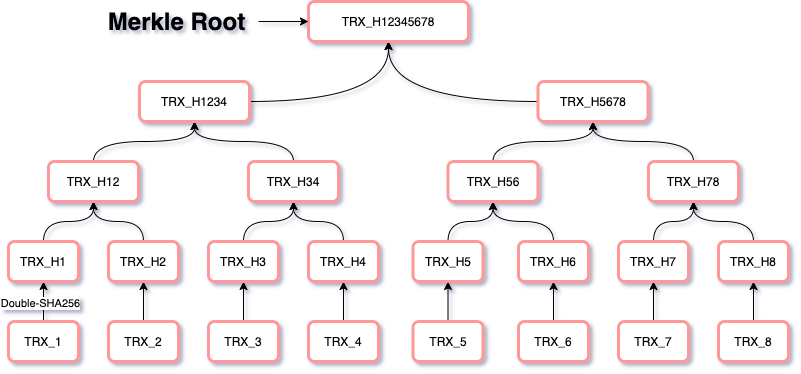
Before: BlockChain/images/BlockChain/BlockChain-Merkle-Root.png, a diagram exported from draw.io (jalyshen/ToBeArchitect). Source tidied: cells renumbered, new cells last; positions are measured from the earlier drawing's top-left corner, leaving out a move shared by most shapes.
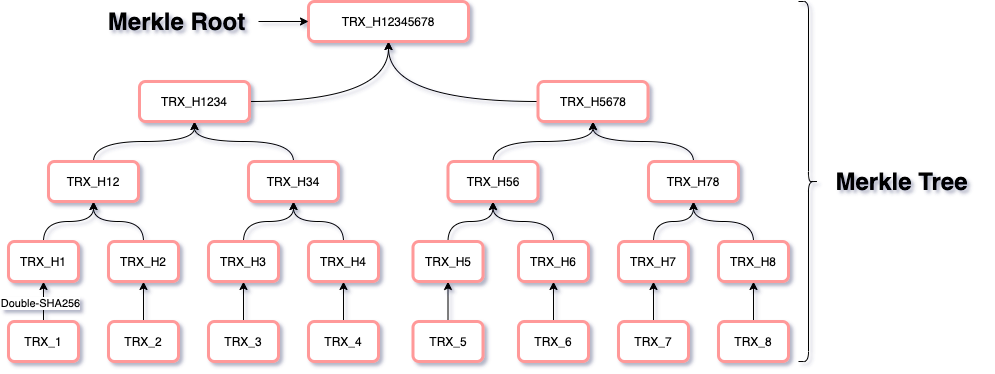
After the change.

What changed in the source:
```diff
@@ -148,5 +148,11 @@
     <mxCell id="49" value="Merkle Root" style="text;strokeColor=none;fillColor=none;html=1;fontSize=24;fontStyle=1;verticalAlign=middle;align=center;" parent="1" vertex="1">
       <mxGeometry x="85" width="165" height="40" as="geometry" />
     </mxCell>
+    <mxCell id="50" style="shape=curlyBracket;whiteSpace=wrap;html=1;rounded=1;rotation=-180;" parent="1" vertex="1">
+      <mxGeometry x="790" width="20" height="360" as="geometry" />
+    </mxCell>
+    <mxCell id="51" value="Merkle Tree" style="text;strokeColor=none;fillColor=none;html=1;fontSize=24;fontStyle=1;verticalAlign=middle;align=center;" parent="1" vertex="1">
+      <mxGeometry x="810" y="160" width="165" height="40" as="geometry" />
+    </mxCell>
   </root>
 </mxGraphModel>
```
